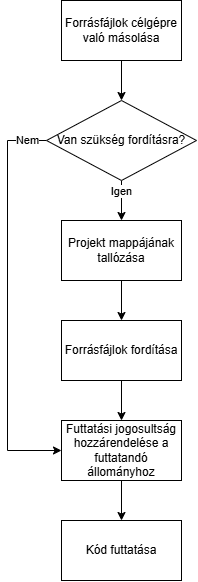
The draw.io diagram Pictures/deployScripts_PC.png in mineroni/AM62_MeassurementSystem, before a commit. Source tidied: cells renumbered, new cells last; positions are measured from the earlier drawing's top-left corner, leaving out a move shared by most shapes. The source it was exported from:
```xml
<mxGraphModel>
  <root>
    <mxCell id="0" />
    <mxCell id="1" parent="0" />
    <mxCell id="2" style="edgeStyle=orthogonalEdgeStyle;rounded=0;jettySize=auto;html=1;" parent="1" edge="1" source="3" target="10">
      <mxGeometry relative="1" as="geometry" />
    </mxCell>
    <mxCell id="3" value="Forrásfájlok célgépre való másolása" style="rounded=0;whiteSpace=wrap;html=1;" parent="1" vertex="1">
      <mxGeometry x="54" width="120" height="60" as="geometry" />
    </mxCell>
    <mxCell id="4" style="edgeStyle=orthogonalEdgeStyle;rounded=0;jettySize=auto;html=1;" parent="1" edge="1" source="5" target="12">
      <mxGeometry relative="1" as="geometry" />
    </mxCell>
    <mxCell id="5" value="Projekt mappájának tallózása" style="rounded=0;whiteSpace=wrap;html=1;" parent="1" vertex="1">
      <mxGeometry x="54" y="220" width="120" height="60" as="geometry" />
    </mxCell>
    <mxCell id="6" style="edgeStyle=orthogonalEdgeStyle;rounded=0;jettySize=auto;html=1;" parent="1" edge="1" source="10" target="5">
      <mxGeometry relative="1" as="geometry" />
    </mxCell>
    <mxCell id="7" value="Igen" style="edgeLabel;html=1;align=center;verticalAlign=middle;" parent="6" vertex="1">
      <mxGeometry x="-0.27" y="3" relative="1" as="geometry">
        <mxPoint x="-3" y="-4" as="offset" />
      </mxGeometry>
    </mxCell>
    <mxCell id="8" style="edgeStyle=orthogonalEdgeStyle;rounded=0;jettySize=auto;html=1;exitX=0;exitY=0.5;exitDx=0;exitDy=0;entryX=0;entryY=0.5;entryDx=0;entryDy=0;" parent="1" edge="1" source="10" target="14">
      <mxGeometry relative="1" as="geometry">
        <Array as="points">
          <mxPoint y="140" />
          <mxPoint y="450" />
        </Array>
      </mxGeometry>
    </mxCell>
    <mxCell id="9" value="Nem" style="edgeLabel;html=1;align=center;verticalAlign=middle;" parent="8" vertex="1">
      <mxGeometry x="-0.91" y="3" relative="1" as="geometry">
        <mxPoint y="-3" as="offset" />
      </mxGeometry>
    </mxCell>
    <mxCell id="10" value="Van szükség fordításra?" style="rhombus;whiteSpace=wrap;html=1;" parent="1" vertex="1">
      <mxGeometry x="39" y="100" width="150" height="80" as="geometry" />
    </mxCell>
    <mxCell id="11" style="edgeStyle=orthogonalEdgeStyle;rounded=0;jettySize=auto;html=1;" parent="1" edge="1" source="12" target="14">
      <mxGeometry relative="1" as="geometry" />
    </mxCell>
    <mxCell id="12" value="Forrásfájlok fordítása" style="rounded=0;whiteSpace=wrap;html=1;" parent="1" vertex="1">
      <mxGeometry x="54" y="320" width="120" height="60" as="geometry" />
    </mxCell>
    <mxCell id="13" style="edgeStyle=orthogonalEdgeStyle;rounded=0;jettySize=auto;html=1;" parent="1" edge="1" source="14" target="15">
      <mxGeometry relative="1" as="geometry" />
    </mxCell>
    <mxCell id="14" value="Futtatási jogosultság hozzárendelése a futtatandó állományhoz" style="rounded=0;whiteSpace=wrap;html=1;" parent="1" vertex="1">
      <mxGeometry x="54" y="420" width="120" height="60" as="geometry" />
    </mxCell>
    <mxCell id="15" value="Kód futtatása" style="rounded=0;whiteSpace=wrap;html=1;" parent="1" vertex="1">
      <mxGeometry x="54" y="520" width="120" height="60" as="geometry" />
    </mxCell>
  </root>
</mxGraphModel>
```
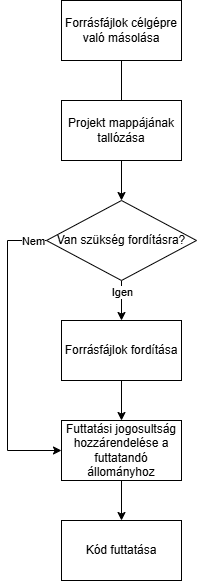
After the commit.

Commit message:
Correcting deploy script flowchart

Diff of the diagram source:
```diff
@@ -8,13 +8,10 @@
     <mxCell id="3" value="Forrásfájlok célgépre való másolása" style="rounded=0;whiteSpace=wrap;html=1;" parent="1" vertex="1">
       <mxGeometry x="54" width="120" height="60" as="geometry" />
     </mxCell>
-    <mxCell id="4" style="edgeStyle=orthogonalEdgeStyle;rounded=0;jettySize=auto;html=1;" parent="1" edge="1" source="5" target="12">
-      <mxGeometry relative="1" as="geometry" />
-    </mxCell>
     <mxCell id="5" value="Projekt mappájának tallózása" style="rounded=0;whiteSpace=wrap;html=1;" parent="1" vertex="1">
-      <mxGeometry x="54" y="220" width="120" height="60" as="geometry" />
+      <mxGeometry x="54" y="100" width="120" height="60" as="geometry" />
     </mxCell>
-    <mxCell id="6" style="edgeStyle=orthogonalEdgeStyle;rounded=0;jettySize=auto;html=1;" parent="1" edge="1" source="10" target="5">
+    <mxCell id="6" style="edgeStyle=orthogonalEdgeStyle;rounded=0;jettySize=auto;html=1;entryX=0.5;entryY=0;entryDx=0;entryDy=0;" parent="1" edge="1" source="10" target="12">
       <mxGeometry relative="1" as="geometry" />
     </mxCell>
     <mxCell id="7" value="Igen" style="edgeLabel;html=1;align=center;verticalAlign=middle;" parent="6" vertex="1">
@@ -25,7 +22,7 @@
     <mxCell id="8" style="edgeStyle=orthogonalEdgeStyle;rounded=0;jettySize=auto;html=1;exitX=0;exitY=0.5;exitDx=0;exitDy=0;entryX=0;entryY=0.5;entryDx=0;entryDy=0;" parent="1" edge="1" source="10" target="14">
       <mxGeometry relative="1" as="geometry">
         <Array as="points">
-          <mxPoint y="140" />
+          <mxPoint y="240" />
           <mxPoint y="450" />
         </Array>
       </mxGeometry>
@@ -36,7 +33,7 @@
       </mxGeometry>
     </mxCell>
     <mxCell id="10" value="Van szükség fordításra?" style="rhombus;whiteSpace=wrap;html=1;" parent="1" vertex="1">
-      <mxGeometry x="39" y="100" width="150" height="80" as="geometry" />
+      <mxGeometry x="39" y="200" width="150" height="80" as="geometry" />
     </mxCell>
     <mxCell id="11" style="edgeStyle=orthogonalEdgeStyle;rounded=0;jettySize=auto;html=1;" parent="1" edge="1" source="12" target="14">
       <mxGeometry relative="1" as="geometry" />
```
